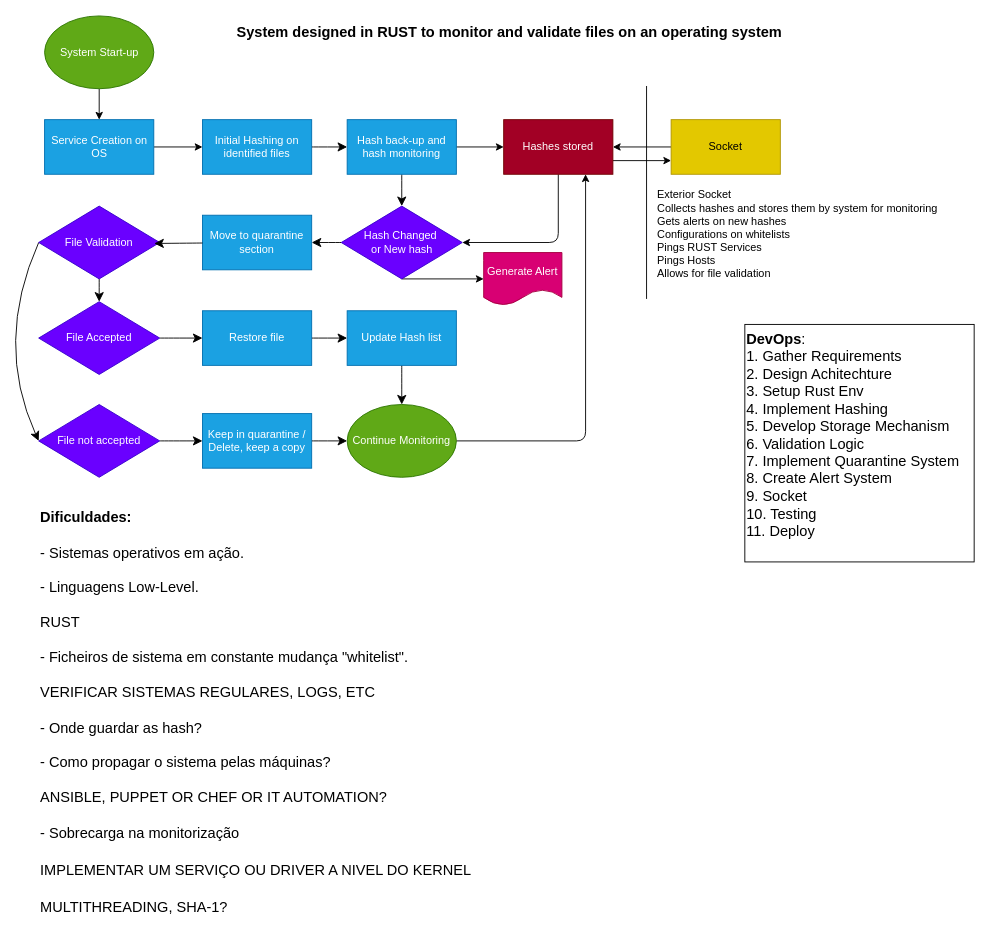
Earlier version of the draw.io diagram planeamento/Untitled Diagram.drawio (mickeyhousee/LOCK). Source tidied: cells renumbered, new cells numbered last; positions are measured from the earlier drawing's top-left corner, leaving out a move shared by most shapes. Both pictures are drawn from the tidied source at 91%, with x=0, y=0 at pixel (-6, 15).
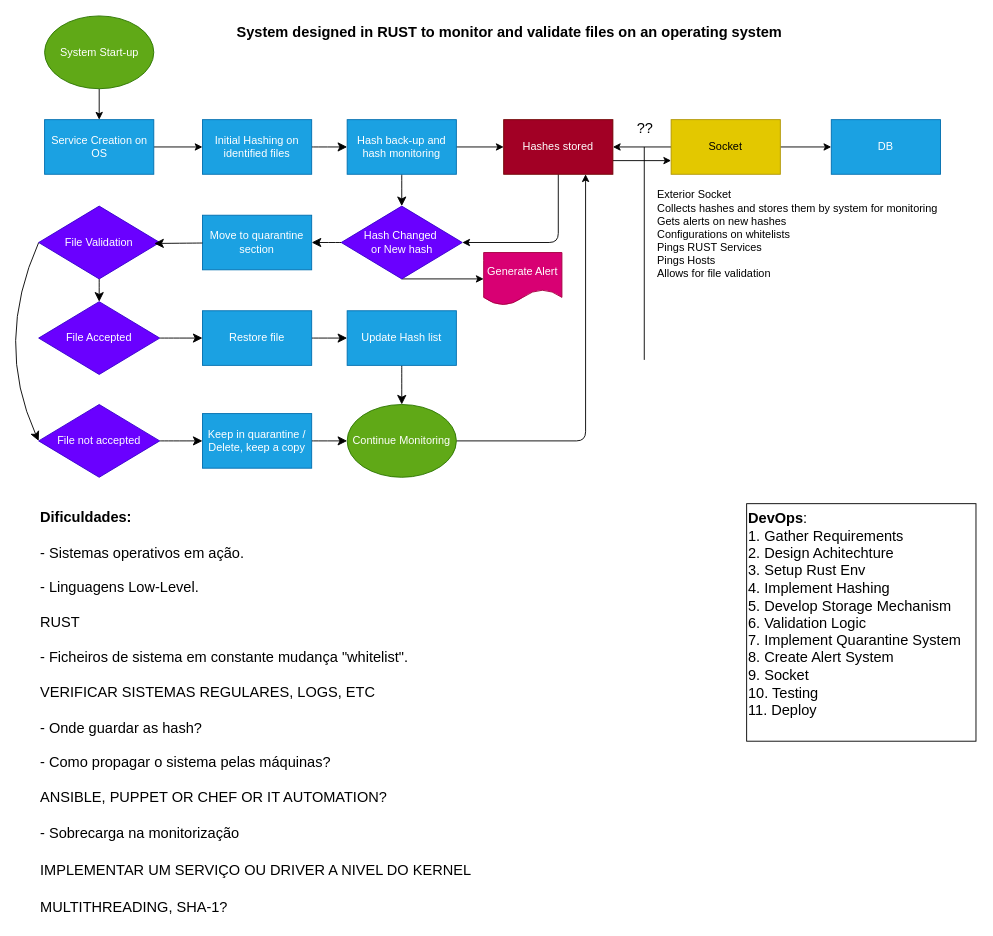
The same page after the edit.

Unchanged cells that the change refers to:
```xml
<mxCell id="35" value="Socket" style="rounded=0;whiteSpace=wrap;html=1;fillColor=#e3c800;fontColor=#000000;strokeColor=#B09500;" parent="1" vertex="1">
  <mxGeometry x="744" y="114" width="120" height="60" as="geometry" />
</mxCell>
```

Change to the diagram source:
```diff
@@
+    <mxCell id="43" style="edgeStyle=none;html=1;exitX=1;exitY=0.5;exitDx=0;exitDy=0;entryX=0;entryY=0.5;entryDx=0;entryDy=0;fontSize=16;" parent="1" edge="1" source="35" target="44">
+      <mxGeometry relative="1" as="geometry" />
+    </mxCell>
@@
     <mxCell id="36" style="endArrow=none;html=1;" parent="1" edge="1">
       <mxGeometry relative="1" as="geometry">
-        <mxPoint x="717" y="311" as="sourcePoint" />
-        <mxPoint x="717" y="77" as="targetPoint" />
+        <mxPoint x="714.5" y="378" as="sourcePoint" />
+        <mxPoint x="714.5" y="144" as="targetPoint" />
       </mxGeometry>
     </mxCell>
@@
     <mxCell id="42" value="&lt;div style=&quot;&quot;&gt;&lt;b style=&quot;background-color: initial;&quot;&gt;DevOps&lt;/b&gt;&lt;span style=&quot;background-color: initial;&quot;&gt;:&lt;/span&gt;&lt;/div&gt;&lt;div style=&quot;&quot;&gt;1. Gather Requirements&lt;/div&gt;&lt;div style=&quot;&quot;&gt;2. Design Achitechture&lt;/div&gt;&lt;div style=&quot;&quot;&gt;3. Setup Rust Env&lt;/div&gt;&lt;div style=&quot;&quot;&gt;4. Implement Hashing&lt;/div&gt;&lt;div style=&quot;&quot;&gt;5. Develop Storage Mechanism&lt;/div&gt;&lt;div style=&quot;&quot;&gt;6. Validation Logic&lt;/div&gt;&lt;div style=&quot;&quot;&gt;7. Implement Quarantine System&lt;/div&gt;&lt;div style=&quot;&quot;&gt;8. Create Alert System&lt;/div&gt;&lt;div style=&quot;&quot;&gt;9. Socket&lt;/div&gt;&lt;div style=&quot;&quot;&gt;10. Testing&lt;/div&gt;&lt;div style=&quot;&quot;&gt;11. Deploy&lt;/div&gt;&lt;div style=&quot;&quot;&gt;&lt;br&gt;&lt;/div&gt;" style="text;html=1;align=left;verticalAlign=middle;strokeColor=default;fillColor=none;fontSize=16;" parent="1" vertex="1">
-      <mxGeometry x="825" y="339" width="252" height="261" as="geometry" />
+      <mxGeometry x="827" y="536" width="252" height="261" as="geometry" />
     </mxCell>
+    <mxCell id="44" value="DB" style="rounded=0;whiteSpace=wrap;html=1;fillColor=#1ba1e2;fontColor=#ffffff;strokeColor=#006EAF;" parent="1" vertex="1">
+      <mxGeometry x="920" y="114" width="120" height="60" as="geometry" />
+    </mxCell>
+    <mxCell id="45" value="??" style="text;html=1;align=center;verticalAlign=middle;strokeColor=none;fillColor=none;fontSize=16;" parent="1" vertex="1">
+      <mxGeometry x="697" y="107" width="36" height="31" as="geometry" />
+    </mxCell>
```
